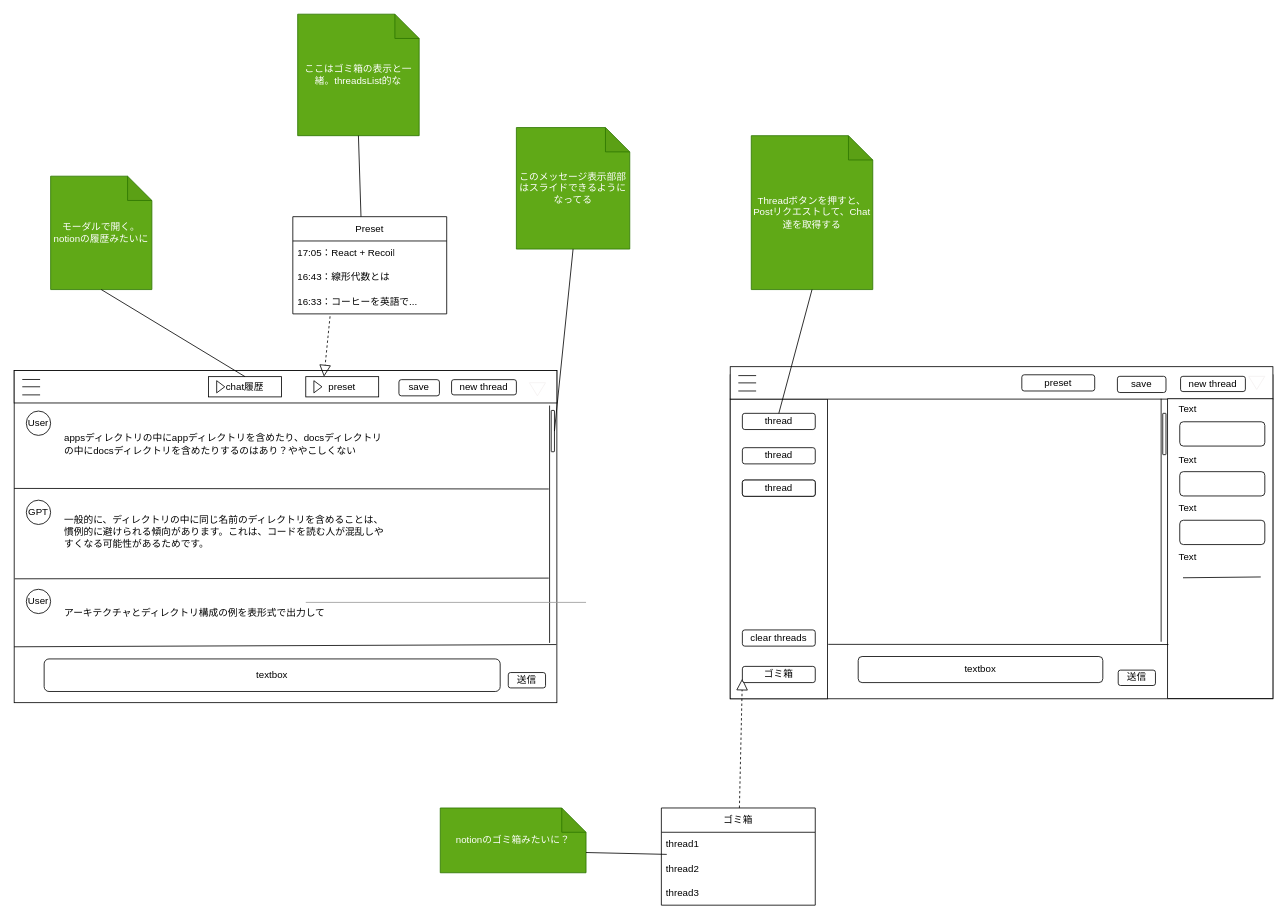
Earlier version of the draw.io diagram docs/ui-v1.drawio (bamboo-house/BambooGPT). Source tidied: cells renumbered, new cells numbered last; positions are measured from the earlier drawing's top-left corner, leaving out a move shared by most shapes. Both pictures are drawn from the tidied source at 81%, with x=0, y=0 at pixel (14, 14).
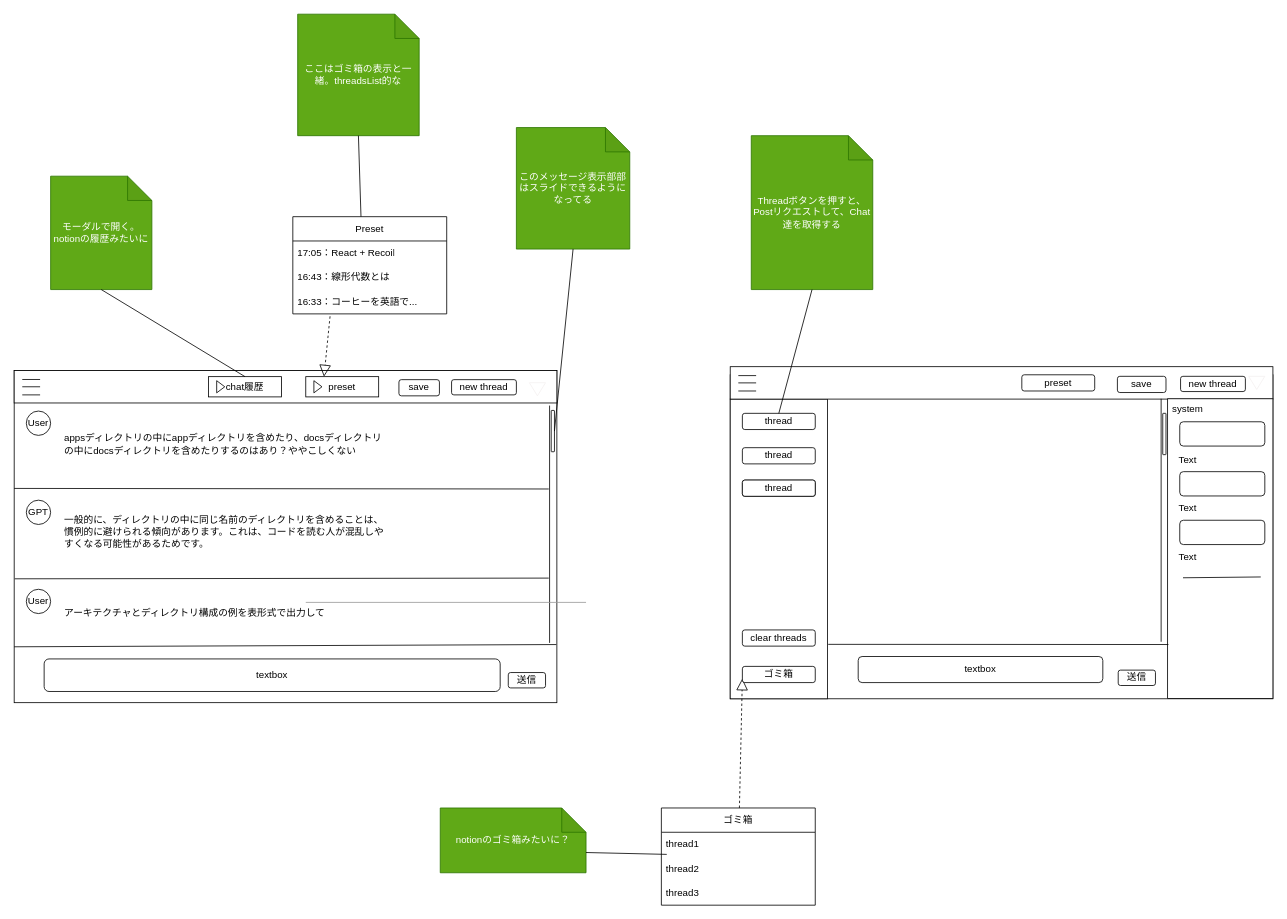
The same page after the edit.

Change to the diagram source:
```diff
@@
-    <mxCell id="31" value="Text" style="text;html=1;strokeColor=none;fillColor=none;align=center;verticalAlign=middle;whiteSpace=wrap;rounded=0;" parent="1" vertex="1">
+    <mxCell id="31" value="system" style="text;html=1;strokeColor=none;fillColor=none;align=center;verticalAlign=middle;whiteSpace=wrap;rounded=0;" parent="1" vertex="1">
       <mxGeometry x="1424" y="473.2" width="50" height="30" as="geometry" />
     </mxCell>
```
